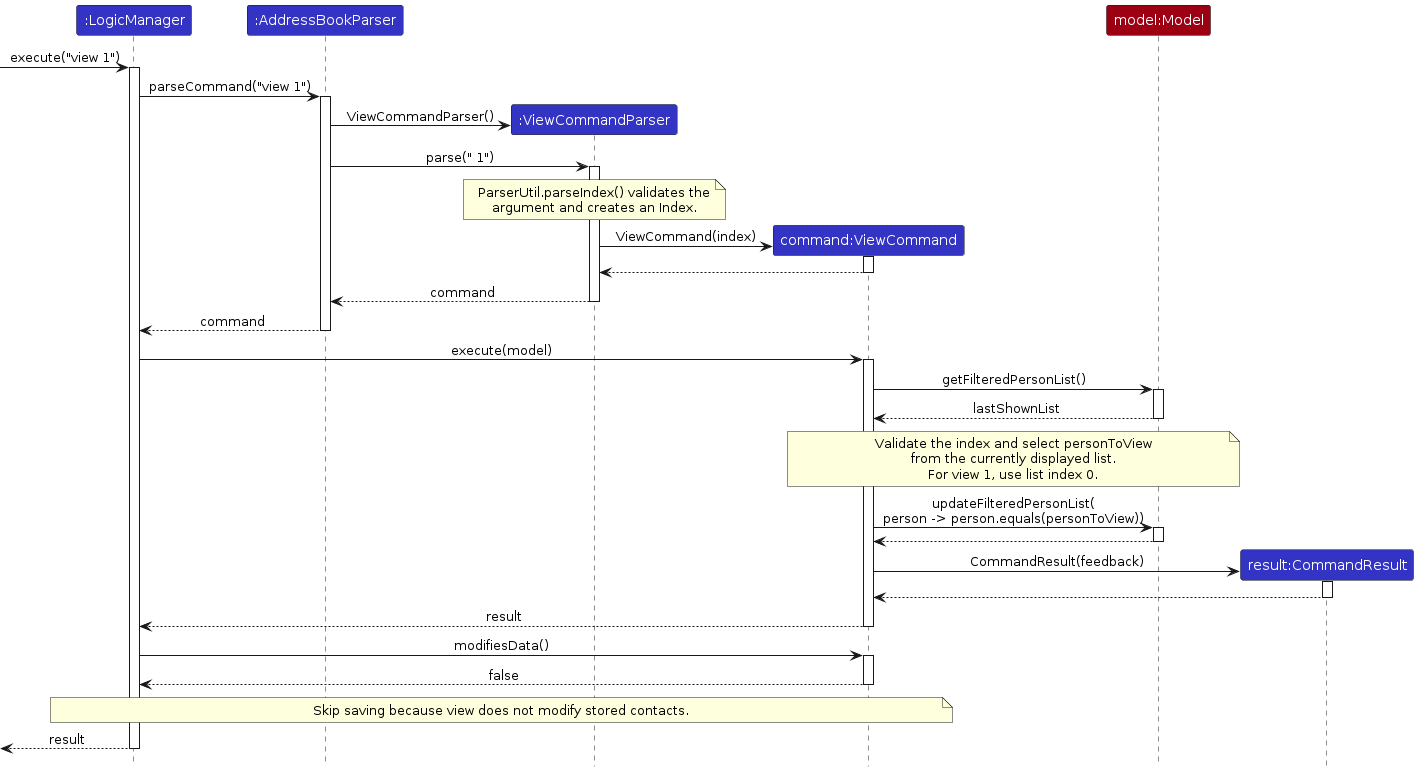
Earlier version of the PlantUML export diagrams/ViewSequenceDiagram.png (AY2627S1-CS2103T-T08-1/tp). Its source is kept beside it as diagrams/ViewSequenceDiagram.puml.
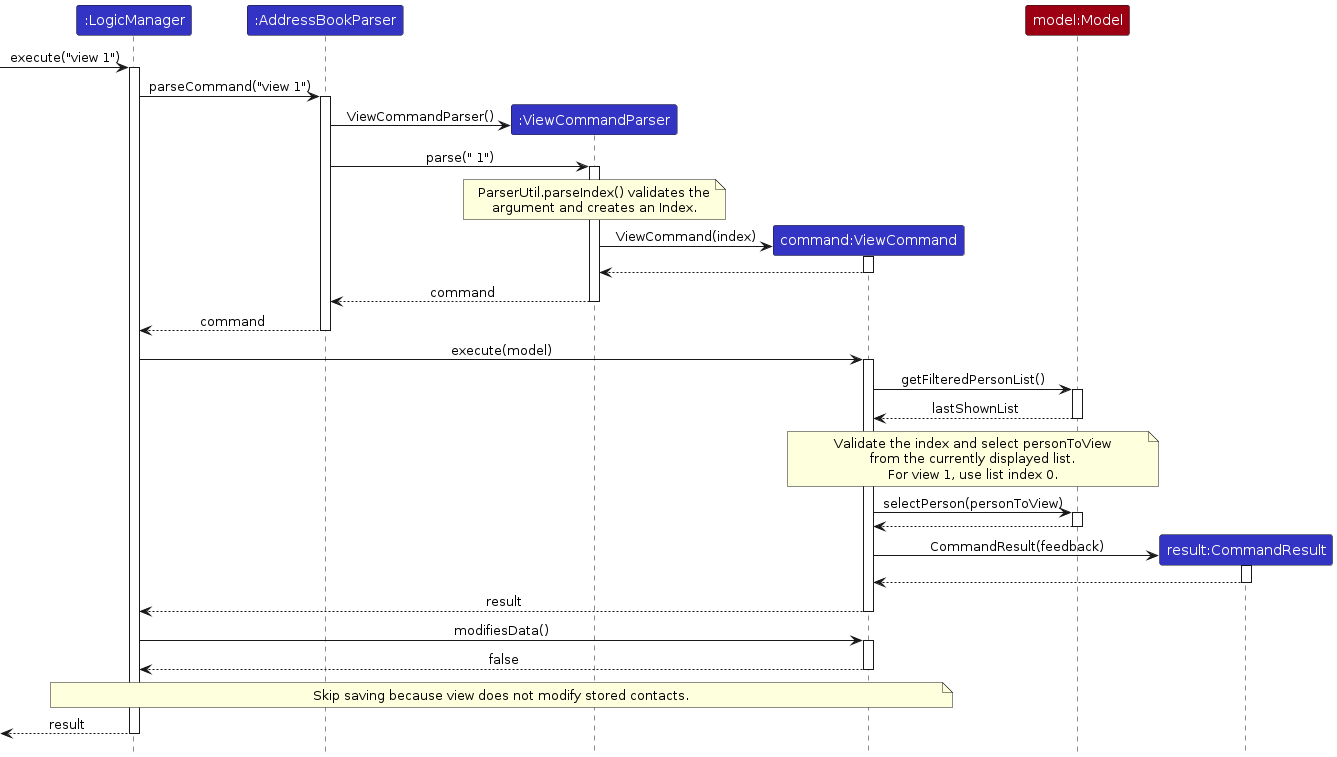
After the commit.

Change to the diagram source:
```diff
@@ -49,7 +49,7 @@
   For view 1, use list index 0.
 end note
 
-ViewCommand -> Model : updateFilteredPersonList(\nperson -> person.equals(personToView))
+ViewCommand -> Model : selectPerson(personToView)
 activate Model
 Model --> ViewCommand
 deactivate Model
```
